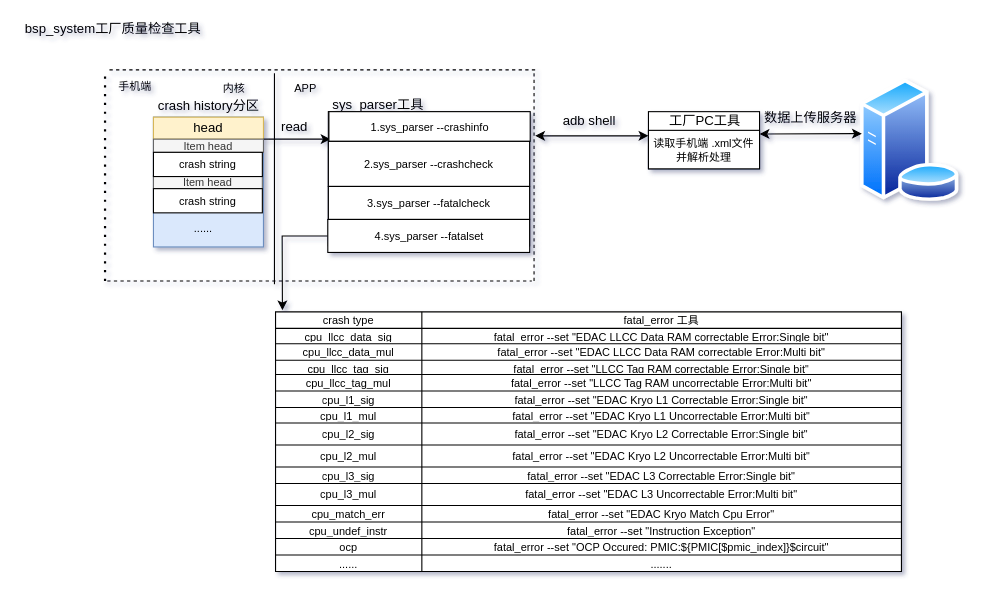
Above: page "Page-2" (2 of 2) of Untitled Diagram.drawio in huangshaobo/- (draw.io), before the change. Source tidied: cells renumbered, new cells numbered last; positions are measured from the earlier drawing's top-left corner, leaving out a move shared by most shapes. Both pictures are drawn from the tidied source at 110%, with x=0, y=0 at pixel (19, 19).
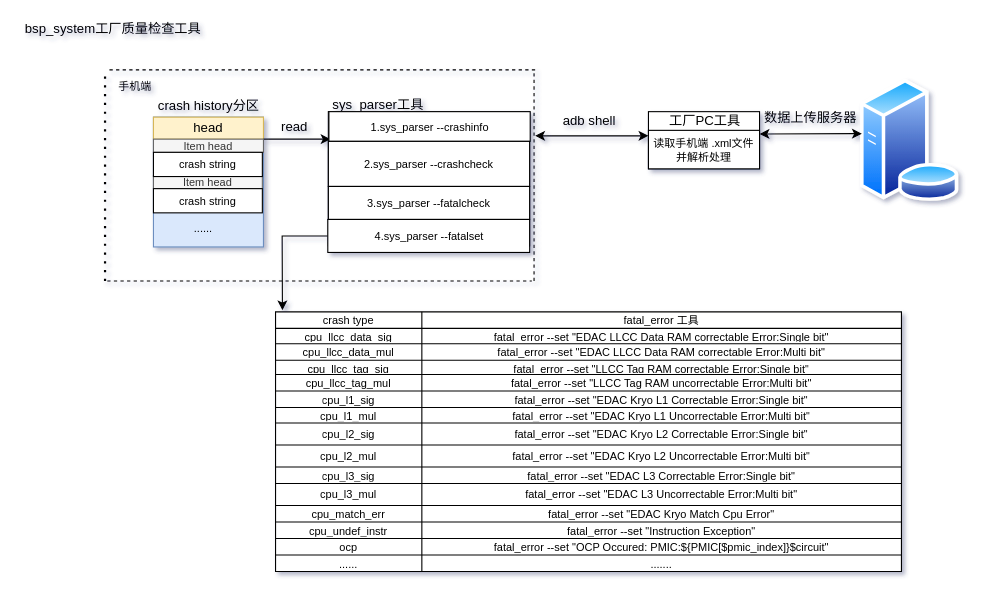
Above is the later version.

Change to the diagram source:
```diff
@@
-    <mxCell id="28" style="endArrow=none;html=1;rounded=0;fontSize=10;" parent="1" edge="1">
-      <mxGeometry relative="1" as="geometry">
-        <mxPoint x="232" y="241" as="sourcePoint" />
-        <mxPoint x="232" y="49" as="targetPoint" />
-      </mxGeometry>
-    </mxCell>
-    <mxCell id="29" value="内核" style="text;html=1;align=center;verticalAlign=middle;fillColor=none;strokeColor=none;rounded=0;fontSize=10;" parent="1" vertex="1">
-      <mxGeometry x="180" y="54.5" width="30" height="16" as="geometry" />
-    </mxCell>
-    <mxCell id="30" value="APP" style="text;html=1;align=center;verticalAlign=middle;fillColor=none;strokeColor=none;rounded=0;fontSize=10;" parent="1" vertex="1">
-      <mxGeometry x="245" y="54.5" width="30" height="16" as="geometry" />
-    </mxCell>
```
